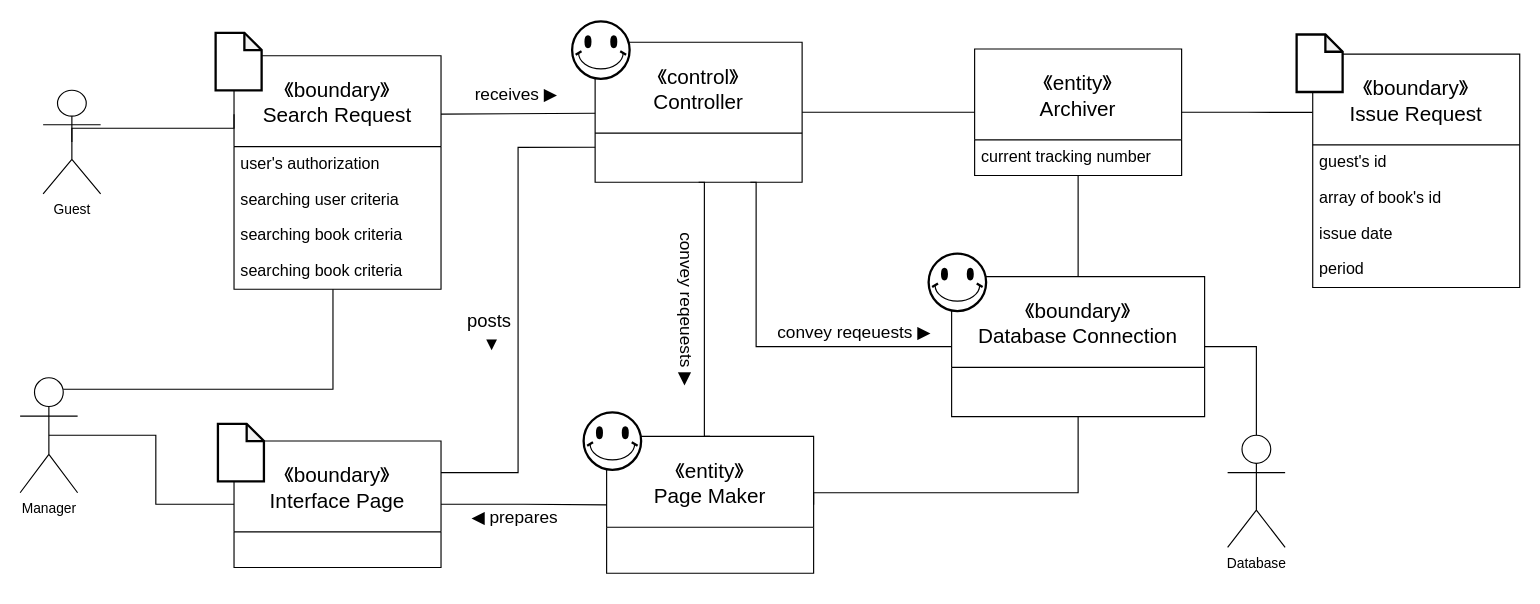
Earlier version of the draw.io diagram docs/DomainModels/diagrams/DM-UC-04.drawio (youngkwon02/Enhanced-library-management). Source tidied: cells renumbered, new cells numbered last; positions are measured from the earlier drawing's top-left corner, leaving out a move shared by most shapes. Both pictures are drawn from the tidied source at 115%, with x=0, y=0 at pixel (20, 21).
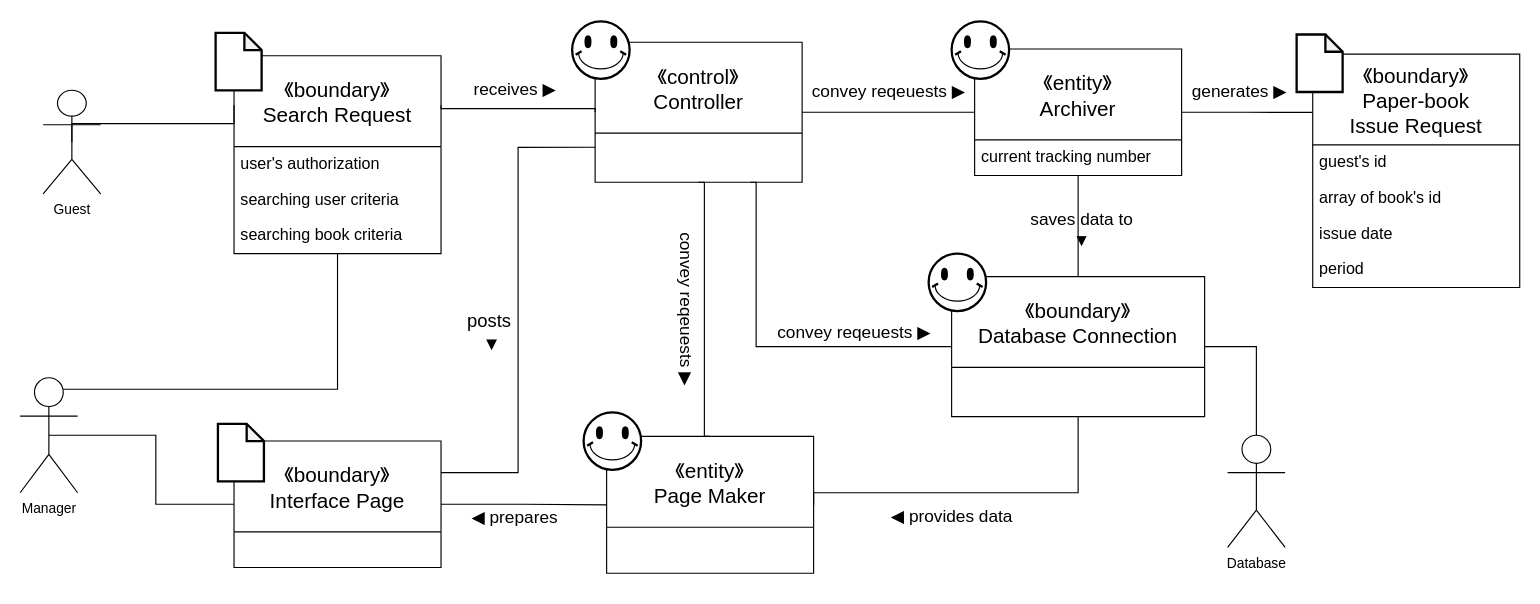
The same page after the edit.

The change refers to these unchanged cells:
```xml
<mxCell id="5" value="Manager" style="shape=umlActor;verticalLabelPosition=bottom;verticalAlign=top;html=1;outlineConnect=0;" parent="1" vertex="1">
  <mxGeometry y="310" width="50" height="100" as="geometry" />
</mxCell>
<mxCell id="15" style="group;" parent="1" vertex="1">
  <mxGeometry x="1110" y="11.5" width="194" height="189" as="geometry" />
</mxCell>
<mxCell id="25" style="group;" parent="1" vertex="1">
  <mxGeometry x="170" y="10" width="196" height="192" as="geometry" />
</mxCell>
<mxCell id="29" value="searching book criteria" style="text;strokeColor=none;fillColor=none;align=left;verticalAlign=top;spacingLeft=4;spacingRight=4;overflow=hidden;points=[[0,0.5],[1,0.5]];portConstraint=eastwest;fontSize=14;" parent="26" vertex="1">
  <mxGeometry y="141" width="180" height="31" as="geometry" />
</mxCell>
```

What changed in the source:
```diff
@@
-    <mxCell id="4" style="edgeStyle=elbowEdgeStyle;rounded=0;jettySize=auto;html=1;exitX=0.75;exitY=0.1;exitDx=0;exitDy=0;exitPerimeter=0;entryX=0.478;entryY=1;entryDx=0;entryDy=0;entryPerimeter=0;fontSize=14;endArrow=none;endFill=0;elbow=vertical;" parent="1" edge="1" source="5" target="30">
+    <mxCell id="4" style="edgeStyle=elbowEdgeStyle;rounded=0;jettySize=auto;html=1;exitX=0.75;exitY=0.1;exitDx=0;exitDy=0;exitPerimeter=0;fontSize=14;endArrow=none;endFill=0;elbow=vertical;" parent="1" edge="1" source="5" target="29">
       <mxGeometry relative="1" as="geometry">
         <Array as="points">
           <mxPoint x="160" y="320" />
         </Array>
       </mxGeometry>
     </mxCell>
@@
-    <mxCell id="16" value="《boundary》&#10;Issue Request" style="swimlane;fontStyle=0;horizontal=1;startSize=79;fontSize=18;" parent="15" vertex="1">
+    <mxCell id="16" value="《boundary》&#10;Paper-book&#10;Issue Request" style="swimlane;fontStyle=0;horizontal=1;startSize=79;fontSize=18;" parent="15" vertex="1">
       <mxGeometry x="14" y="17" width="180" height="203" as="geometry" />
     </mxCell>
@@
     <mxCell id="26" value="《boundary》&#10;Search Request" style="swimlane;fontStyle=0;horizontal=1;startSize=79;fontSize=18;" parent="25" vertex="1">
-      <mxGeometry x="16" y="20" width="180" height="203" as="geometry" />
+      <mxGeometry x="16" y="20" width="180" height="172" as="geometry" />
     </mxCell>
@@
-    <mxCell id="30" value="searching book criteria" style="text;strokeColor=none;fillColor=none;align=left;verticalAlign=top;spacingLeft=4;spacingRight=4;overflow=hidden;points=[[0,0.5],[1,0.5]];portConstraint=eastwest;fontSize=14;" parent="26" vertex="1">
-      <mxGeometry y="172" width="180" height="31" as="geometry" />
-    </mxCell>
@@
+    <mxCell id="51" value="&lt;font style=&quot;font-size: 15px;&quot;&gt;convey reqeuests&amp;nbsp;&lt;/font&gt;&lt;span style=&quot;font-size: 15px; background-color: rgb(255, 255, 255);&quot;&gt;▶&lt;/span&gt;" style="text;html=1;align=center;verticalAlign=middle;strokeColor=none;fontSize=15;" parent="1" vertex="1">
+      <mxGeometry x="680" y="50" width="150" height="20" as="geometry" />
+    </mxCell>
+    <mxCell id="52" value="◀ provides data" style="text;html=1;align=center;verticalAlign=middle;strokeColor=none;fontSize=15;" parent="1" vertex="1">
+      <mxGeometry x="750" y="420" width="120" height="20" as="geometry" />
+    </mxCell>
+    <mxCell id="53" value="saves data to&lt;br&gt;▼" style="text;html=1;align=center;verticalAlign=middle;strokeColor=none;fontSize=15;" parent="1" vertex="1">
+      <mxGeometry x="873" y="160.5" width="100" height="40" as="geometry" />
+    </mxCell>
+    <mxCell id="54" value="generates ▶" style="text;html=1;align=center;verticalAlign=middle;strokeColor=none;fontSize=15;" parent="1" vertex="1">
+      <mxGeometry x="1010" y="50" width="100" height="20" as="geometry" />
+    </mxCell>
+    <mxCell id="55" style="verticalLabelPosition=bottom;verticalAlign=top;html=1;shape=mxgraph.basic.smiley;fontSize=14;strokeWidth=2;fillColor=#ffffff;" parent="1" vertex="1">
+      <mxGeometry x="810" width="50" height="50" as="geometry" />
+    </mxCell>
```
